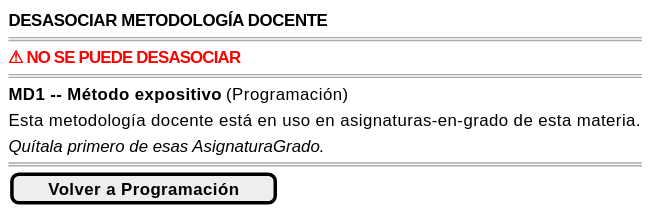
mmasias/pyCeldaPublico keeps this PlantUML diagram as images/RUP/01-requisitos/03-detalle-casos-uso/desasociarMetodologiaDocenteMateria/wireframe-bloqueada.svg. Above is the earlier version. Its diagram source:
```plantuml
@startsalt desasociarMetodologiaDocenteMateria-wireframe-bloqueada
{
    <b>DESASOCIAR METODOLOGÍA DOCENTE</b>
    ====
    <color:red><b>⚠ NO SE PUEDE DESASOCIAR</b></color>
    ====
    <b>MD1 -- Método expositivo</b> (Programación)

    Esta metodología docente está en uso en asignaturas-en-grado de esta materia.

    <i>Quítala primero de esas AsignaturaGrado.</i>
    ====
    [ <b>Volver a Programación</b> ]
}
@endsalt
```
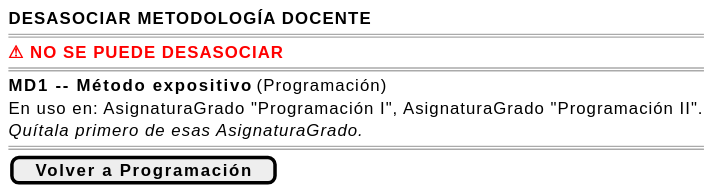
After the change.

Diff of the diagram source:
```diff
@@ -6,7 +6,7 @@
     ====
     <b>MD1 -- Método expositivo</b> (Programación)
 
-    Esta metodología docente está en uso en asignaturas-en-grado de esta materia.
+    En uso en: AsignaturaGrado "Programación I", AsignaturaGrado "Programación II".
 
     <i>Quítala primero de esas AsignaturaGrado.</i>
     ====
```
